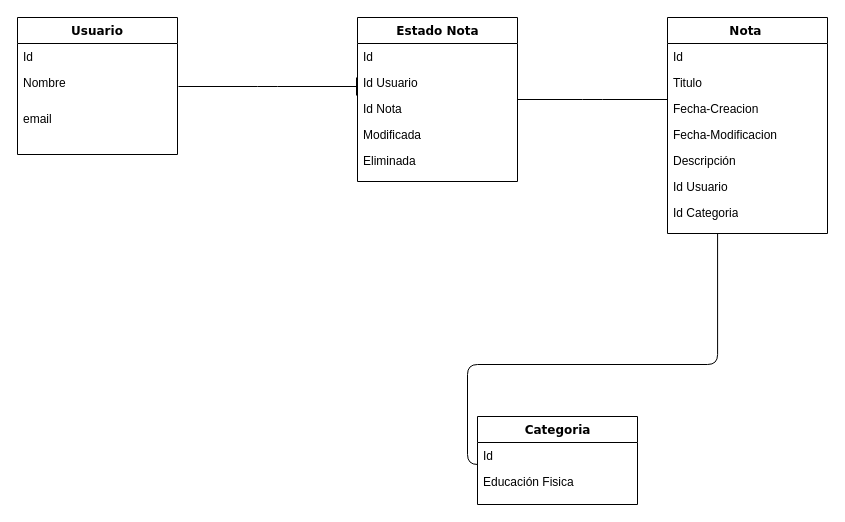
Before: Untitled Diagram.drawio in angeliten/OKMERCADOLIEBRE, a draw.io diagram. Source tidied: cells renumbered, new cells numbered last; positions are measured from the earlier drawing's top-left corner, leaving out a move shared by most shapes. Both pictures are drawn from the tidied source at 100%, with x=0, y=0 at pixel (17, 17).
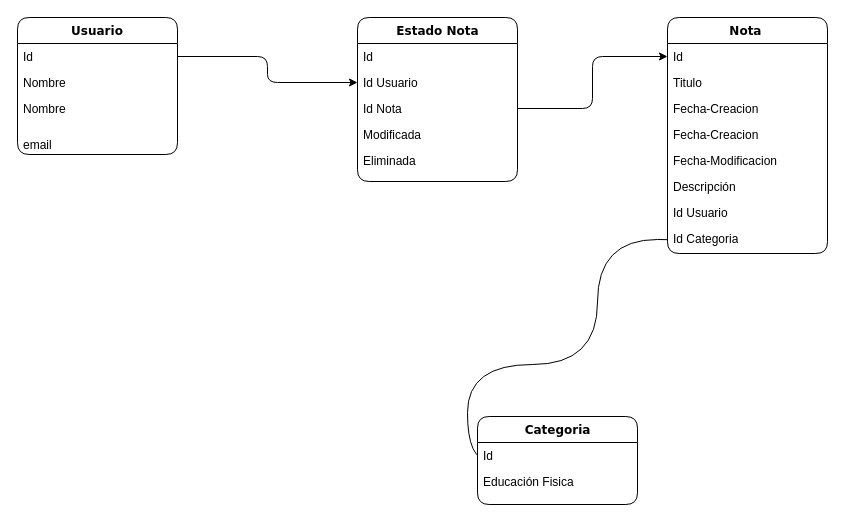
Above is the later version.

Change to the diagram source:
```diff
@@
-    <mxCell id="2" style="edgeStyle=orthogonalEdgeStyle;html=1;labelBackgroundColor=none;startFill=0;startSize=8;endArrow=block;endFill=0;endSize=16;fontFamily=Verdana;fontSize=12;entryX=0.188;entryY=0.692;entryDx=0;entryDy=0;entryPerimeter=0;exitX=0.313;exitY=1;exitDx=0;exitDy=0;exitPerimeter=0;" parent="1" edge="1" source="22" target="24">
+    <mxCell id="2" style="edgeStyle=orthogonalEdgeStyle;html=1;labelBackgroundColor=none;startFill=0;startSize=8;endArrow=block;endFill=0;endSize=16;fontFamily=Verdana;fontSize=12;entryX=0.188;entryY=0.692;entryDx=0;entryDy=0;entryPerimeter=0;exitX=0.313;exitY=1;exitDx=0;exitDy=0;exitPerimeter=0;rounded=1;curved=1;" parent="1" edge="1" source="22" target="24">
       <mxGeometry relative="1" as="geometry">
         <Array as="points">
-          <mxPoint x="700" y="347" />
+          <mxPoint x="700" y="222" />
+          <mxPoint x="580" y="222" />
+          <mxPoint x="580" y="347" />
           <mxPoint x="450" y="347" />
-          <mxPoint x="450" y="447" />
-          <mxPoint x="490" y="447" />
+          <mxPoint x="450" y="443" />
         </Array>
       </mxGeometry>
     </mxCell>
-    <mxCell id="3" style="edgeStyle=orthogonalEdgeStyle;rounded=0;jettySize=auto;html=1;exitX=1;exitY=1;exitDx=0;exitDy=0;" parent="1" edge="1" source="4">
+    <mxCell id="3" style="edgeStyle=orthogonalEdgeStyle;rounded=1;jettySize=auto;html=1;exitX=1;exitY=1;exitDx=0;exitDy=0;curved=1;" parent="1" edge="1" source="4">
       <mxGeometry relative="1" as="geometry">
         <mxPoint x="160" y="137" as="targetPoint" />
       </mxGeometry>
     </mxCell>
-    <mxCell id="4" value="Usuario&lt;br&gt;&lt;br&gt;&lt;span style=&quot;white-space: pre&quot;&gt;&lt;/span&gt;" style="swimlane;html=1;fontStyle=1;align=center;verticalAlign=top;horizontal=1;startSize=26;swimlaneFillColor=#ffffff;rounded=0;shadow=0;comic=0;labelBackgroundColor=none;strokeWidth=1;fillColor=none;fontFamily=Verdana;fontSize=12;whiteSpace=wrap;labelBorderColor=none;" parent="1" vertex="1">
+    <mxCell id="4" value="Usuario&lt;br&gt;&lt;br&gt;&lt;span style=&quot;white-space: pre&quot;&gt;&lt;/span&gt;" style="swimlane;html=1;fontStyle=1;align=center;verticalAlign=top;horizontal=1;startSize=26;swimlaneFillColor=#ffffff;rounded=1;shadow=0;comic=0;labelBackgroundColor=none;strokeWidth=1;fillColor=none;fontFamily=Verdana;fontSize=12;whiteSpace=wrap;labelBorderColor=none;" parent="1" vertex="1">
       <mxGeometry width="160" height="137" as="geometry" />
     </mxCell>
-    <mxCell id="5" value="Id&lt;span style=&quot;white-space: pre&quot;&gt; &lt;br/&gt;&lt;span style=&quot;white-space: pre&quot;&gt; &lt;/span&gt;&lt;br/&gt;&lt;/span&gt;" style="text;html=1;strokeColor=none;fillColor=none;align=left;verticalAlign=top;spacingLeft=4;spacingRight=4;whiteSpace=wrap;overflow=hidden;points=[[0,0.5],[1,0.5]];portConstraint=eastwest;" parent="4" vertex="1">
+    <mxCell id="5" value="Id&lt;span style=&quot;white-space: pre&quot;&gt; &lt;br/&gt;&lt;span style=&quot;white-space: pre&quot;&gt; &lt;/span&gt;&lt;br/&gt;&lt;/span&gt;" style="text;html=1;strokeColor=none;fillColor=none;align=left;verticalAlign=top;spacingLeft=4;spacingRight=4;whiteSpace=wrap;overflow=hidden;points=[[0,0.5],[1,0.5]];portConstraint=eastwest;rounded=1;" parent="4" vertex="1">
       <mxGeometry y="26" width="160" height="26" as="geometry" />
     </mxCell>
-    <mxCell id="6" value="Nombre" style="text;html=1;strokeColor=none;fillColor=none;align=left;verticalAlign=top;spacingLeft=4;spacingRight=4;whiteSpace=wrap;overflow=hidden;" parent="4" vertex="1">
+    <mxCell id="6" value="Nombre" style="text;html=1;strokeColor=none;fillColor=none;align=left;verticalAlign=top;spacingLeft=4;spacingRight=4;whiteSpace=wrap;overflow=hidden;rounded=1;" parent="4" vertex="1">
       <mxGeometry y="52" width="160" height="26" as="geometry" />
     </mxCell>
+    <mxCell id="27" value="Nombre" style="text;html=1;strokeColor=none;fillColor=none;align=left;verticalAlign=top;spacingLeft=4;spacingRight=4;whiteSpace=wrap;overflow=hidden;rounded=1;" parent="4" vertex="1">
+      <mxGeometry y="78" width="160" height="26" as="geometry" />
+    </mxCell>
-    <mxCell id="7" value="&lt;p style=&quot;line-height: 0.9&quot;&gt;email&lt;span style=&quot;white-space: pre&quot;&gt; &lt;/span&gt;&lt;/p&gt;" style="text;html=1;strokeColor=none;fillColor=none;align=left;verticalAlign=top;spacingLeft=4;spacingRight=4;whiteSpace=wrap;overflow=hidden;" parent="4" vertex="1">
-      <mxGeometry y="78" width="160" height="30" as="geometry" />
+    <mxCell id="7" value="&lt;p style=&quot;line-height: 0.9&quot;&gt;email&lt;span style=&quot;white-space: pre&quot;&gt; &lt;/span&gt;&lt;/p&gt;" style="text;html=1;strokeColor=none;fillColor=none;align=left;verticalAlign=top;spacingLeft=4;spacingRight=4;whiteSpace=wrap;overflow=hidden;rounded=1;" parent="4" vertex="1">
+      <mxGeometry y="104" width="160" height="30" as="geometry" />
     </mxCell>
-    <mxCell id="8" style="edgeStyle=elbowEdgeStyle;html=1;labelBackgroundColor=none;startFill=0;startSize=8;endArrow=baseDash;endFill=0;endSize=16;fontFamily=Verdana;fontSize=12;elbow=vertical;startArrow=none;" parent="1" edge="1" source="9" target="15">
-      <mxGeometry relative="1" as="geometry" />
-    </mxCell>
-    <mxCell id="9" value="Estado Nota" style="swimlane;html=1;fontStyle=1;align=center;verticalAlign=top;horizontal=1;startSize=26;swimlaneFillColor=#ffffff;rounded=0;shadow=0;comic=0;labelBackgroundColor=none;strokeWidth=1;fillColor=none;fontFamily=Verdana;fontSize=12;" parent="1" vertex="1">
+    <mxCell id="9" value="Estado Nota" style="swimlane;html=1;fontStyle=1;align=center;verticalAlign=top;horizontal=1;startSize=26;swimlaneFillColor=#ffffff;rounded=1;shadow=0;comic=0;labelBackgroundColor=none;strokeWidth=1;fillColor=none;fontFamily=Verdana;fontSize=12;" parent="1" vertex="1">
       <mxGeometry x="340" width="160" height="164" as="geometry" />
     </mxCell>
-    <mxCell id="10" value="Id&amp;nbsp;&lt;span style=&quot;white-space: pre&quot;&gt; &lt;span style=&quot;white-space: pre&quot;&gt; &lt;br/&gt;&lt;br/&gt;&lt;/span&gt;&lt;/span&gt;" style="text;html=1;strokeColor=none;fillColor=none;align=left;verticalAlign=top;spacingLeft=4;spacingRight=4;whiteSpace=wrap;overflow=hidden;" parent="9" vertex="1">
+    <mxCell id="10" value="Id&amp;nbsp;&lt;span style=&quot;white-space: pre&quot;&gt; &lt;span style=&quot;white-space: pre&quot;&gt; &lt;br/&gt;&lt;br/&gt;&lt;/span&gt;&lt;/span&gt;" style="text;html=1;strokeColor=none;fillColor=none;align=left;verticalAlign=top;spacingLeft=4;spacingRight=4;whiteSpace=wrap;overflow=hidden;rounded=1;" parent="9" vertex="1">
       <mxGeometry y="26" width="160" height="26" as="geometry" />
     </mxCell>
-    <mxCell id="11" value="Id Usuario" style="text;html=1;strokeColor=none;fillColor=none;align=left;verticalAlign=top;spacingLeft=4;spacingRight=4;whiteSpace=wrap;overflow=hidden;points=[[0,0.5],[1,0.5]];portConstraint=eastwest;" parent="9" vertex="1">
+    <mxCell id="11" value="Id Usuario" style="text;html=1;strokeColor=none;align=left;verticalAlign=top;spacingLeft=4;spacingRight=4;whiteSpace=wrap;overflow=hidden;points=[[0,0.5],[1,0.5]];portConstraint=eastwest;rounded=1;" parent="9" vertex="1">
       <mxGeometry y="52" width="160" height="26" as="geometry" />
     </mxCell>
-    <mxCell id="12" value="Id Nota" style="text;html=1;strokeColor=none;fillColor=none;align=left;verticalAlign=top;spacingLeft=4;spacingRight=4;whiteSpace=wrap;overflow=hidden;points=[[0,0.5],[1,0.5]];portConstraint=eastwest;" parent="9" vertex="1">
+    <mxCell id="12" value="Id Nota" style="text;html=1;strokeColor=none;fillColor=none;align=left;verticalAlign=top;spacingLeft=4;spacingRight=4;whiteSpace=wrap;overflow=hidden;points=[[0,0.5],[1,0.5]];portConstraint=eastwest;rounded=1;" parent="9" vertex="1">
       <mxGeometry y="78" width="160" height="26" as="geometry" />
     </mxCell>
-    <mxCell id="13" value="Modificada&lt;span style=&quot;white-space: pre&quot;&gt; &lt;span style=&quot;white-space: pre&quot;&gt; &lt;span style=&quot;white-space: pre&quot;&gt; &lt;/span&gt;&lt;/span&gt;&lt;/span&gt;" style="text;html=1;strokeColor=none;fillColor=none;align=left;verticalAlign=top;spacingLeft=4;spacingRight=4;whiteSpace=wrap;overflow=hidden;" parent="9" vertex="1">
+    <mxCell id="13" value="Modificada&lt;span style=&quot;white-space: pre&quot;&gt; &lt;span style=&quot;white-space: pre&quot;&gt; &lt;span style=&quot;white-space: pre&quot;&gt; &lt;/span&gt;&lt;/span&gt;&lt;/span&gt;" style="text;html=1;strokeColor=none;fillColor=none;align=left;verticalAlign=top;spacingLeft=4;spacingRight=4;whiteSpace=wrap;overflow=hidden;rounded=1;" parent="9" vertex="1">
       <mxGeometry y="104" width="160" height="26" as="geometry" />
     </mxCell>
-    <mxCell id="14" value="Eliminada" style="text;html=1;strokeColor=none;fillColor=none;align=left;verticalAlign=top;spacingLeft=4;spacingRight=4;whiteSpace=wrap;overflow=hidden;" parent="9" vertex="1">
+    <mxCell id="14" value="Eliminada" style="text;html=1;strokeColor=none;fillColor=none;align=left;verticalAlign=top;spacingLeft=4;spacingRight=4;whiteSpace=wrap;overflow=hidden;rounded=1;" parent="9" vertex="1">
       <mxGeometry y="130" width="160" height="26" as="geometry" />
     </mxCell>
-    <mxCell id="15" value="Nota&lt;span style=&quot;white-space: pre&quot;&gt; &lt;br/&gt;&lt;span style=&quot;white-space: pre&quot;&gt; &lt;/span&gt;&lt;br/&gt;&lt;/span&gt;" style="swimlane;html=1;fontStyle=1;align=center;verticalAlign=top;horizontal=1;startSize=26;swimlaneFillColor=#ffffff;rounded=0;shadow=0;comic=0;labelBackgroundColor=none;strokeWidth=1;fillColor=none;fontFamily=Verdana;fontSize=12;" parent="1" vertex="1">
-      <mxGeometry x="650" width="160" height="216" as="geometry" />
+    <mxCell id="15" value="Nota&lt;span style=&quot;white-space: pre&quot;&gt; &lt;br/&gt;&lt;span style=&quot;white-space: pre&quot;&gt; &lt;/span&gt;&lt;br/&gt;&lt;/span&gt;" style="swimlane;html=1;fontStyle=1;align=center;verticalAlign=top;horizontal=1;startSize=26;swimlaneFillColor=#ffffff;rounded=1;shadow=0;comic=0;labelBackgroundColor=none;strokeWidth=1;fillColor=none;fontFamily=Verdana;fontSize=12;" parent="1" vertex="1">
+      <mxGeometry x="650" width="160" height="236" as="geometry" />
     </mxCell>
-    <mxCell id="16" value="Id" style="text;html=1;strokeColor=none;fillColor=none;align=left;verticalAlign=top;spacingLeft=4;spacingRight=4;whiteSpace=wrap;overflow=hidden;points=[[0,0.5],[1,0.5]];portConstraint=eastwest;" parent="15" vertex="1">
+    <mxCell id="16" value="Id" style="text;html=1;strokeColor=none;fillColor=none;align=left;verticalAlign=top;spacingLeft=4;spacingRight=4;whiteSpace=wrap;overflow=hidden;points=[[0,0.5],[1,0.5]];portConstraint=eastwest;rounded=1;" parent="15" vertex="1">
       <mxGeometry y="26" width="160" height="26" as="geometry" />
     </mxCell>
-    <mxCell id="17" value="Titulo" style="text;html=1;strokeColor=none;fillColor=none;align=left;verticalAlign=top;spacingLeft=4;spacingRight=4;whiteSpace=wrap;overflow=hidden;" parent="15" vertex="1">
+    <mxCell id="17" value="Titulo" style="text;html=1;strokeColor=none;fillColor=none;align=left;verticalAlign=top;spacingLeft=4;spacingRight=4;whiteSpace=wrap;overflow=hidden;rounded=1;" parent="15" vertex="1">
       <mxGeometry y="52" width="160" height="26" as="geometry" />
     </mxCell>
+    <mxCell id="28" value="Fecha-Creacion" style="text;html=1;strokeColor=none;fillColor=none;align=left;verticalAlign=top;spacingLeft=4;spacingRight=4;whiteSpace=wrap;overflow=hidden;rounded=1;" parent="15" vertex="1">
+      <mxGeometry y="78" width="160" height="26" as="geometry" />
+    </mxCell>
-    <mxCell id="18" value="Fecha-Creacion" style="text;html=1;strokeColor=none;fillColor=none;align=left;verticalAlign=top;spacingLeft=4;spacingRight=4;whiteSpace=wrap;overflow=hidden;" parent="15" vertex="1">
-      <mxGeometry y="78" width="160" height="26" as="geometry" />
+    <mxCell id="18" value="Fecha-Creacion" style="text;html=1;strokeColor=none;fillColor=none;align=left;verticalAlign=top;spacingLeft=4;spacingRight=4;whiteSpace=wrap;overflow=hidden;rounded=1;" parent="15" vertex="1">
+      <mxGeometry y="104" width="160" height="26" as="geometry" />
     </mxCell>
-    <mxCell id="19" value="Fecha-Modificacion" style="text;html=1;strokeColor=none;fillColor=none;align=left;verticalAlign=top;spacingLeft=4;spacingRight=4;whiteSpace=wrap;overflow=hidden;" parent="15" vertex="1">
-      <mxGeometry y="104" width="160" height="26" as="geometry" />
+    <mxCell id="19" value="Fecha-Modificacion" style="text;html=1;strokeColor=none;fillColor=none;align=left;verticalAlign=top;spacingLeft=4;spacingRight=4;whiteSpace=wrap;overflow=hidden;rounded=1;" parent="15" vertex="1">
+      <mxGeometry y="130" width="160" height="26" as="geometry" />
     </mxCell>
-    <mxCell id="20" value="Descripción" style="text;html=1;strokeColor=none;fillColor=none;align=left;verticalAlign=top;spacingLeft=4;spacingRight=4;whiteSpace=wrap;overflow=hidden;" parent="15" vertex="1">
-      <mxGeometry y="130" width="160" height="26" as="geometry" />
+    <mxCell id="20" value="Descripción" style="text;html=1;strokeColor=none;fillColor=none;align=left;verticalAlign=top;spacingLeft=4;spacingRight=4;whiteSpace=wrap;overflow=hidden;rounded=1;" parent="15" vertex="1">
+      <mxGeometry y="156" width="160" height="26" as="geometry" />
     </mxCell>
-    <mxCell id="21" value="Id Usuario" style="text;html=1;strokeColor=none;fillColor=none;align=left;verticalAlign=top;spacingLeft=4;spacingRight=4;whiteSpace=wrap;overflow=hidden;" parent="15" vertex="1">
-      <mxGeometry y="156" width="160" height="26" as="geometry" />
+    <mxCell id="21" value="Id Usuario" style="text;html=1;strokeColor=none;fillColor=none;align=left;verticalAlign=top;spacingLeft=4;spacingRight=4;whiteSpace=wrap;overflow=hidden;rounded=1;" parent="15" vertex="1">
+      <mxGeometry y="182" width="160" height="26" as="geometry" />
     </mxCell>
-    <mxCell id="22" value="Id Categoria" style="text;html=1;strokeColor=none;fillColor=none;align=left;verticalAlign=top;spacingLeft=4;spacingRight=4;whiteSpace=wrap;overflow=hidden;points=[[0,0.5],[1,0.5]];portConstraint=eastwest;" parent="15" vertex="1">
-      <mxGeometry y="182" width="160" height="28" as="geometry" />
+    <mxCell id="22" value="Id Categoria" style="text;html=1;strokeColor=none;fillColor=none;align=left;verticalAlign=top;spacingLeft=4;spacingRight=4;whiteSpace=wrap;overflow=hidden;points=[[0,0.5],[1,0.5]];portConstraint=eastwest;rounded=1;" parent="15" vertex="1">
+      <mxGeometry y="208" width="160" height="28" as="geometry" />
     </mxCell>
-    <mxCell id="23" value="Categoria" style="swimlane;html=1;fontStyle=1;align=center;verticalAlign=top;horizontal=1;startSize=26;swimlaneFillColor=#ffffff;rounded=0;shadow=0;comic=0;labelBackgroundColor=none;strokeWidth=1;fillColor=none;fontFamily=Verdana;fontSize=12;" parent="1" vertex="1">
+    <mxCell id="23" value="Categoria" style="swimlane;html=1;fontStyle=1;align=center;verticalAlign=top;horizontal=1;startSize=26;swimlaneFillColor=#ffffff;rounded=1;shadow=0;comic=0;labelBackgroundColor=none;strokeWidth=1;fillColor=none;fontFamily=Verdana;fontSize=12;" parent="1" vertex="1">
       <mxGeometry x="460" y="399" width="160" height="88" as="geometry" />
     </mxCell>
-    <mxCell id="24" value="Id" style="text;html=1;strokeColor=none;fillColor=none;align=left;verticalAlign=top;spacingLeft=4;spacingRight=4;whiteSpace=wrap;overflow=hidden;points=[[0,0.5],[1,0.5]];portConstraint=eastwest;" parent="23" vertex="1">
+    <mxCell id="24" value="Id" style="text;html=1;strokeColor=none;fillColor=none;align=left;verticalAlign=top;spacingLeft=4;spacingRight=4;whiteSpace=wrap;overflow=hidden;points=[[0,0.5],[1,0.5]];portConstraint=eastwest;rounded=1;" parent="23" vertex="1">
       <mxGeometry y="26" width="160" height="26" as="geometry" />
     </mxCell>
-    <mxCell id="25" value="Educación Fisica" style="text;html=1;strokeColor=none;fillColor=none;align=left;verticalAlign=top;spacingLeft=4;spacingRight=4;whiteSpace=wrap;overflow=hidden;" parent="23" vertex="1">
+    <mxCell id="25" value="Educación Fisica" style="text;html=1;strokeColor=none;fillColor=none;align=left;verticalAlign=top;spacingLeft=4;spacingRight=4;whiteSpace=wrap;overflow=hidden;rounded=1;" parent="23" vertex="1">
       <mxGeometry y="52" width="160" height="26" as="geometry" />
     </mxCell>
-    <mxCell id="26" style="edgeStyle=elbowEdgeStyle;html=1;labelBackgroundColor=none;startFill=0;startSize=8;endArrow=baseDash;endFill=0;endSize=16;fontFamily=Verdana;fontSize=12;elbow=vertical;targetPerimeterSpacing=1;sourcePerimeterSpacing=1;" parent="1" edge="1" source="4" target="9">
-      <mxGeometry relative="1" as="geometry" />
-    </mxCell>
+    <mxCell id="29" style="edgeStyle=orthogonalEdgeStyle;curved=0;rounded=1;sketch=0;jettySize=auto;html=1;entryX=0;entryY=0.5;entryDx=0;entryDy=0;" parent="1" edge="1" source="5" target="11">
+      <mxGeometry relative="1" as="geometry">
+        <Array as="points">
+          <mxPoint x="250" y="39" />
+          <mxPoint x="250" y="65" />
+        </Array>
+      </mxGeometry>
+    </mxCell>
+    <mxCell id="30" style="edgeStyle=orthogonalEdgeStyle;curved=0;rounded=1;sketch=0;jettySize=auto;html=1;exitX=1;exitY=0.5;exitDx=0;exitDy=0;entryX=0;entryY=0.5;entryDx=0;entryDy=0;verticalAlign=bottom;" parent="1" edge="1" source="12" target="16">
+      <mxGeometry relative="1" as="geometry" />
+    </mxCell>
```
